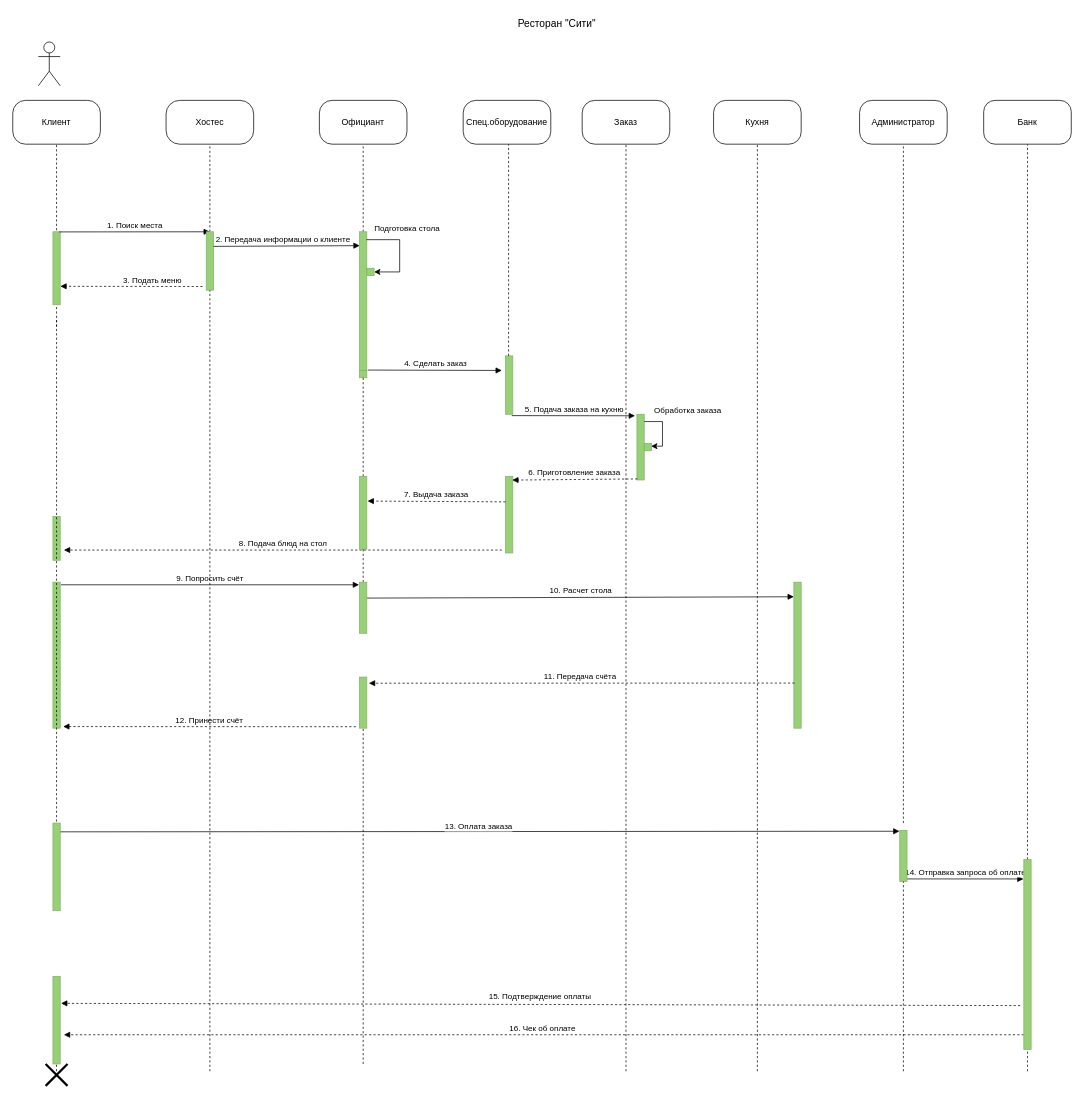
Usik177/Sequence_Diagram keeps this draw.io diagram as restaurant sequence.drawio. Above is the earlier version. Source tidied: cells renumbered, new cells numbered last; positions are measured from the earlier drawing's top-left corner, leaving out a move shared by most shapes. Both pictures are drawn from the tidied source at 73%, with x=0, y=0 at pixel (12, 12).
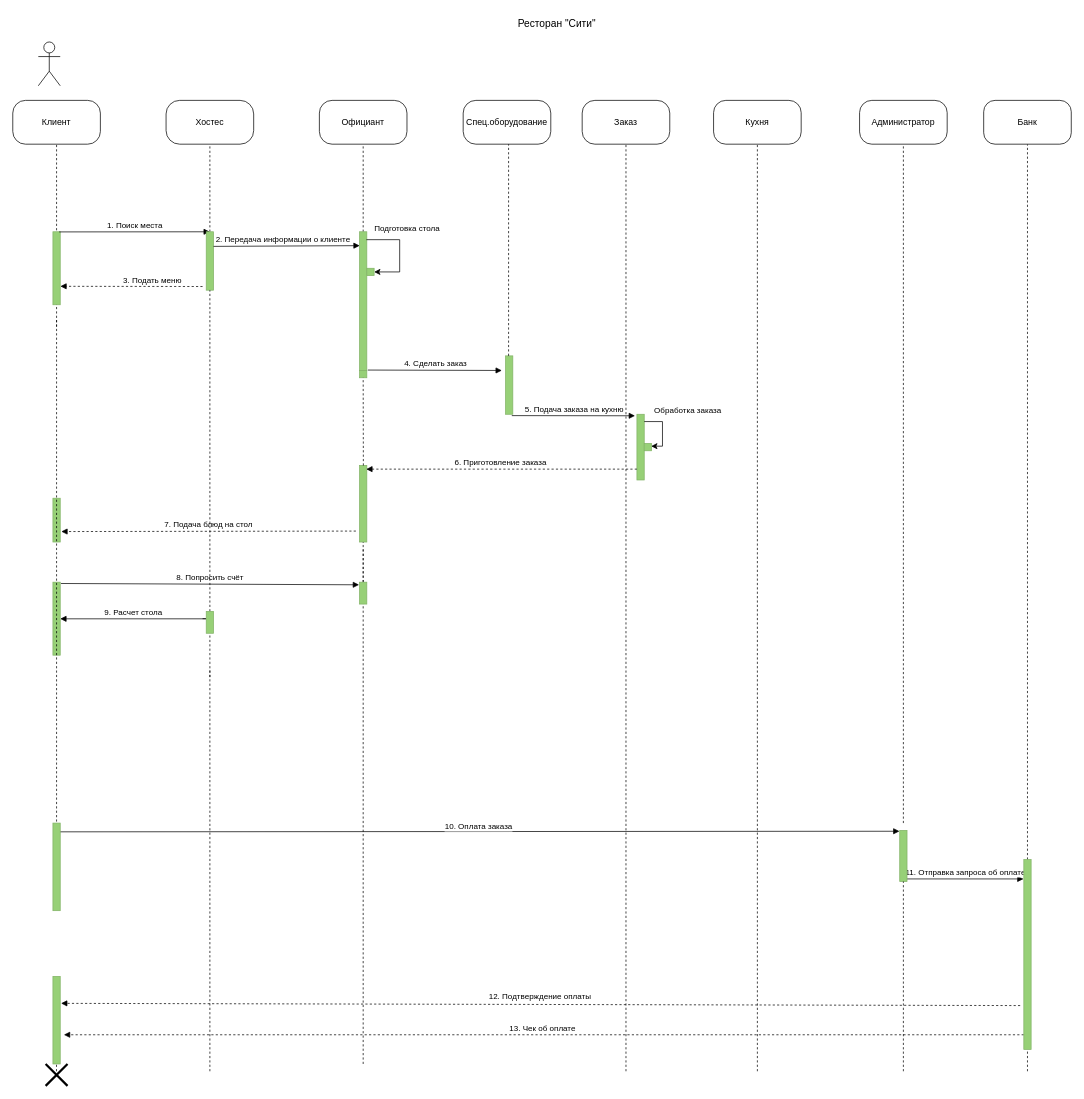
The same diagram, later.

The change refers to these unchanged cells:
```xml
<mxCell id="20" style="html=1;points=[];perimeter=orthogonalPerimeter;strokeColor=#82B366;fillColor=#97D077;" parent="1" vertex="1">
  <mxGeometry x="855" y="550" width="10" height="90" as="geometry" />
</mxCell>
<mxCell id="33" style="html=1;points=[];perimeter=orthogonalPerimeter;strokeColor=#82B366;fillColor=#97D077;" parent="1" vertex="1">
  <mxGeometry x="1215" y="1120" width="10" height="70" as="geometry" />
</mxCell>
<mxCell id="37" style="html=1;points=[];perimeter=orthogonalPerimeter;fillColor=#97D077;strokeColor=#82B366;" parent="1" vertex="1">
  <mxGeometry x="265" y="300" width="10" height="80" as="geometry" />
</mxCell>
<mxCell id="51" style="html=1;points=[];perimeter=orthogonalPerimeter;strokeColor=#82B366;fillColor=#97D077;" parent="1" vertex="1">
  <mxGeometry x="475" y="490" width="10" height="10" as="geometry" />
</mxCell>
<mxCell id="63" style="html=1;points=[];perimeter=orthogonalPerimeter;strokeColor=#82B366;fillColor=#97D077;" parent="1" vertex="1">
  <mxGeometry x="55" y="1320" width="10" height="120" as="geometry" />
</mxCell>
<mxCell id="67" style="html=1;points=[];perimeter=orthogonalPerimeter;strokeColor=#82B366;fillColor=#97D077;" parent="1" vertex="1">
  <mxGeometry x="1385" y="1160" width="10" height="260" as="geometry" />
</mxCell>
```

Diff of the diagram source:
```diff
@@
     <mxCell id="22" style="html=1;points=[];perimeter=orthogonalPerimeter;strokeColor=#82B366;fillColor=#97D077;" parent="1" vertex="1">
-      <mxGeometry x="675" y="635" width="10" height="105" as="geometry" />
+      <mxGeometry x="475" y="620" width="10" height="105" as="geometry" />
     </mxCell>
-    <mxCell id="23" value="6. Приготовление заказа" style="html=1;verticalAlign=bottom;endArrow=block;rounded=0;exitX=0.06;exitY=0.984;exitDx=0;exitDy=0;exitPerimeter=0;entryX=0.917;entryY=0.049;entryDx=0;entryDy=0;entryPerimeter=0;dashed=1;" parent="1" edge="1" source="20" target="22">
+    <mxCell id="23" value="6. Приготовление заказа" style="html=1;verticalAlign=bottom;endArrow=block;rounded=0;entryX=0.917;entryY=0.049;entryDx=0;entryDy=0;entryPerimeter=0;dashed=1;" parent="1" edge="1" source="20" target="22">
       <mxGeometry x="0.01" relative="1" as="geometry" />
     </mxCell>
-    <mxCell id="24" value="8. Подача блюд на стол" style="html=1;verticalAlign=bottom;endArrow=block;rounded=0;dashed=1;" parent="1" edge="1">
+    <mxCell id="24" value="7. Подача блюд на стол" style="html=1;verticalAlign=bottom;endArrow=block;rounded=0;dashed=1;entryX=1.146;entryY=0.761;entryDx=0;entryDy=0;entryPerimeter=0;" parent="1" edge="1" target="58">
       <mxGeometry relative="1" as="geometry">
-        <mxPoint x="670" y="736" as="sourcePoint" />
-        <mxPoint x="70" y="736" as="targetPoint" />
+        <mxPoint x="470" y="710" as="sourcePoint" />
       </mxGeometry>
     </mxCell>
     <mxCell id="25" style="html=1;points=[];perimeter=orthogonalPerimeter;strokeColor=#82B366;fillColor=#97D077;" parent="1" vertex="1">
-      <mxGeometry x="55" y="780" width="10" height="200" as="geometry" />
+      <mxGeometry x="55" y="780" width="10" height="100" as="geometry" />
     </mxCell>
-    <mxCell id="26" value="9. Попросить счёт" style="html=1;verticalAlign=bottom;endArrow=block;rounded=0;entryX=-0.06;entryY=0.018;entryDx=0;entryDy=0;entryPerimeter=0;exitX=1.1;exitY=0.018;exitDx=0;exitDy=0;exitPerimeter=0;" parent="1" edge="1" source="25">
+    <mxCell id="26" value="8. Попросить счёт" style="html=1;verticalAlign=bottom;endArrow=block;rounded=0;entryX=-0.06;entryY=0.018;entryDx=0;entryDy=0;entryPerimeter=0;exitX=1.1;exitY=0.018;exitDx=0;exitDy=0;exitPerimeter=0;" parent="1" edge="1" source="25">
       <mxGeometry relative="1" as="geometry">
         <mxPoint x="474.4" y="783.6" as="targetPoint" />
       </mxGeometry>
     </mxCell>
-    <mxCell id="27" style="html=1;points=[];perimeter=orthogonalPerimeter;strokeColor=#82B366;fillColor=#97D077;" parent="1" vertex="1">
-      <mxGeometry x="1070" y="780" width="10" height="200" as="geometry" />
-    </mxCell>
-    <mxCell id="28" value="12. Принести счёт" style="html=1;verticalAlign=bottom;endArrow=block;rounded=0;entryX=1.4;entryY=0.989;entryDx=0;entryDy=0;entryPerimeter=0;dashed=1;" parent="1" edge="1" target="25">
-      <mxGeometry relative="1" as="geometry">
-        <mxPoint x="470" y="978" as="sourcePoint" />
-      </mxGeometry>
-    </mxCell>
@@
-    <mxCell id="30" value="13. Оплата заказа" style="html=1;verticalAlign=bottom;endArrow=block;rounded=0;entryX=-0.033;entryY=0.017;entryDx=0;entryDy=0;entryPerimeter=0;exitX=0.8;exitY=0.007;exitDx=0;exitDy=0;exitPerimeter=0;" parent="1" edge="1" target="33">
+    <mxCell id="30" value="10. Оплата заказа" style="html=1;verticalAlign=bottom;endArrow=block;rounded=0;entryX=-0.033;entryY=0.017;entryDx=0;entryDy=0;entryPerimeter=0;exitX=0.8;exitY=0.007;exitDx=0;exitDy=0;exitPerimeter=0;" parent="1" edge="1" target="33">
       <mxGeometry y="-2" relative="1" as="geometry">
         <mxPoint x="63" y="1122" as="sourcePoint" />
         <mxPoint x="-1" as="offset" />
       </mxGeometry>
     </mxCell>
-    <mxCell id="31" value="14. Отправка запроса об оплате" style="html=1;verticalAlign=bottom;endArrow=block;rounded=0;entryX=-0.04;entryY=0.102;entryDx=0;entryDy=0;entryPerimeter=0;" parent="1" edge="1" source="33" target="67">
+    <mxCell id="31" value="11. Отправка запроса об оплате" style="html=1;verticalAlign=bottom;endArrow=block;rounded=0;entryX=-0.04;entryY=0.102;entryDx=0;entryDy=0;entryPerimeter=0;" parent="1" edge="1" source="33" target="67">
       <mxGeometry relative="1" as="geometry" />
     </mxCell>
-    <mxCell id="32" value="15. Подтверждение оплаты" style="html=1;verticalAlign=bottom;endArrow=block;rounded=0;entryX=1.114;entryY=0.308;entryDx=0;entryDy=0;entryPerimeter=0;dashed=1;" parent="1" edge="1" target="63">
+    <mxCell id="32" value="12. Подтверждение оплаты" style="html=1;verticalAlign=bottom;endArrow=block;rounded=0;entryX=1.114;entryY=0.308;entryDx=0;entryDy=0;entryPerimeter=0;dashed=1;" parent="1" edge="1" target="63">
       <mxGeometry y="-2" relative="1" as="geometry">
         <mxPoint x="1380" y="1360" as="sourcePoint" />
         <mxPoint x="-1" as="offset" />
       </mxGeometry>
     </mxCell>
@@
-    <mxCell id="36" value="16. Чек об оплате&amp;nbsp;" style="html=1;verticalAlign=bottom;endArrow=block;rounded=0;dashed=1;" parent="1" edge="1" source="67">
+    <mxCell id="36" value="13. Чек об оплате&amp;nbsp;" style="html=1;verticalAlign=bottom;endArrow=block;rounded=0;dashed=1;" parent="1" edge="1" source="67">
       <mxGeometry y="1" relative="1" as="geometry">
         <mxPoint x="70" y="1400" as="targetPoint" />
       </mxGeometry>
     </mxCell>
@@
-    <mxCell id="38" style="endArrow=none;dashed=1;html=1;rounded=0;fontSize=14;entryX=0.5;entryY=1;entryDx=0;entryDy=0;" parent="1" edge="1" target="37">
-      <mxGeometry relative="1" as="geometry">
-        <mxPoint x="270" y="1450" as="sourcePoint" />
-      </mxGeometry>
+    <mxCell id="38" style="endArrow=none;dashed=1;html=1;rounded=0;fontSize=14;entryX=0.5;entryY=1;entryDx=0;entryDy=0;startArrow=none;" parent="1" edge="1" source="71" target="37">
+      <mxGeometry relative="1" as="geometry" />
     </mxCell>
@@
-    <mxCell id="41" style="endArrow=none;dashed=1;html=1;rounded=0;fontSize=14;entryX=0.5;entryY=1;entryDx=0;entryDy=0;" parent="1" edge="1">
+    <mxCell id="41" style="endArrow=none;dashed=1;html=1;rounded=0;fontSize=14;" parent="1" edge="1" target="22">
       <mxGeometry relative="1" as="geometry">
         <mxPoint x="480" y="1440" as="sourcePoint" />
-        <mxPoint x="480" y="980" as="targetPoint" />
       </mxGeometry>
     </mxCell>
-    <mxCell id="42" value="10. Расчет стола" style="html=1;verticalAlign=bottom;endArrow=block;rounded=0;entryX=0;entryY=0.1;entryDx=0;entryDy=0;entryPerimeter=0;exitX=1.1;exitY=0.018;exitDx=0;exitDy=0;exitPerimeter=0;" parent="1" edge="1" target="27">
+    <mxCell id="42" value="9. Расчет стола" style="html=1;verticalAlign=bottom;endArrow=block;rounded=0;startArrow=none;" parent="1" edge="1" source="71">
       <mxGeometry relative="1" as="geometry">
-        <mxPoint x="485" y="801.8" as="sourcePoint" />
+        <mxPoint x="65" y="830.2" as="targetPoint" />
       </mxGeometry>
     </mxCell>
-    <mxCell id="43" value="11. Передача счёта" style="html=1;verticalAlign=bottom;endArrow=block;rounded=0;exitX=0.083;exitY=0.691;exitDx=0;exitDy=0;exitPerimeter=0;dashed=1;entryX=1.278;entryY=0.12;entryDx=0;entryDy=0;entryPerimeter=0;" parent="1" edge="1" source="27" target="57">
-      <mxGeometry x="0.01" relative="1" as="geometry" />
-    </mxCell>
@@
-    <mxCell id="52" style="endArrow=none;dashed=1;html=1;rounded=0;fontSize=14;entryX=0.5;entryY=1;entryDx=0;entryDy=0;startArrow=none;" parent="1" edge="1" source="53" target="51">
+    <mxCell id="52" style="endArrow=none;dashed=1;html=1;rounded=0;fontSize=14;entryX=0.5;entryY=1;entryDx=0;entryDy=0;startArrow=none;exitX=0.526;exitY=0.002;exitDx=0;exitDy=0;exitPerimeter=0;" parent="1" edge="1" source="22" target="51">
       <mxGeometry relative="1" as="geometry" />
     </mxCell>
-    <mxCell id="53" style="html=1;points=[];perimeter=orthogonalPerimeter;strokeColor=#82B366;fillColor=#97D077;" parent="1" vertex="1">
-      <mxGeometry x="475" y="635" width="10" height="100" as="geometry" />
-    </mxCell>
-    <mxCell id="54" style="endArrow=none;dashed=1;html=1;rounded=0;fontSize=14;entryX=0.5;entryY=1;entryDx=0;entryDy=0;startArrow=none;" parent="1" edge="1" target="53">
+    <mxCell id="54" style="endArrow=none;dashed=1;html=1;rounded=0;fontSize=14;entryX=0.5;entryY=1;entryDx=0;entryDy=0;startArrow=none;" parent="1" edge="1">
       <mxGeometry relative="1" as="geometry">
         <mxPoint x="480" y="780" as="sourcePoint" />
+        <mxPoint x="480" y="735" as="targetPoint" />
       </mxGeometry>
     </mxCell>
-    <mxCell id="55" value="7. Выдача заказа" style="html=1;verticalAlign=bottom;endArrow=block;rounded=0;exitX=0.06;exitY=0.984;exitDx=0;exitDy=0;exitPerimeter=0;entryX=1.104;entryY=0.339;entryDx=0;entryDy=0;entryPerimeter=0;dashed=1;" parent="1" edge="1" target="53">
-      <mxGeometry x="0.01" relative="1" as="geometry">
-        <mxPoint x="675" y="670" as="sourcePoint" />
-      </mxGeometry>
-    </mxCell>
     <mxCell id="56" style="html=1;perimeter=orthogonalPerimeter;strokeColor=#82B366;fillColor=#97D077;" parent="1" vertex="1">
-      <mxGeometry x="475" y="780" width="10" height="70" as="geometry" />
+      <mxGeometry x="475" y="780" width="10" height="30" as="geometry" />
     </mxCell>
-    <mxCell id="57" style="html=1;points=[];perimeter=orthogonalPerimeter;strokeColor=#82B366;fillColor=#97D077;" parent="1" vertex="1">
-      <mxGeometry x="475" y="910" width="10" height="70" as="geometry" />
-    </mxCell>
     <mxCell id="58" style="html=1;points=[];perimeter=orthogonalPerimeter;strokeColor=#82B366;gradientColor=none;fillColor=#97D077;" parent="1" vertex="1">
-      <mxGeometry x="55" y="690" width="10" height="60" as="geometry" />
+      <mxGeometry x="55" y="665" width="10" height="60" as="geometry" />
     </mxCell>
@@
+    <mxCell id="69" style="endArrow=none;dashed=1;html=1;rounded=0;fontSize=14;" parent="1" edge="1">
+      <mxGeometry relative="1" as="geometry">
+        <mxPoint x="270" y="1450" as="sourcePoint" />
+        <mxPoint x="270" y="900" as="targetPoint" />
+      </mxGeometry>
+    </mxCell>
+    <mxCell id="70" style="html=1;verticalAlign=bottom;endArrow=none;rounded=0;" parent="1" edge="1" target="71">
+      <mxGeometry relative="1" as="geometry">
+        <mxPoint x="260" y="830" as="sourcePoint" />
+      </mxGeometry>
+    </mxCell>
+    <mxCell id="71" style="html=1;points=[];perimeter=orthogonalPerimeter;strokeColor=#82B366;fillColor=#97D077;" parent="1" vertex="1">
+      <mxGeometry x="265" y="820" width="10" height="30" as="geometry" />
+    </mxCell>
+    <mxCell id="72" style="endArrow=none;dashed=1;html=1;rounded=0;fontSize=14;entryX=0.5;entryY=1;entryDx=0;entryDy=0;startArrow=none;" parent="1" edge="1" target="71">
+      <mxGeometry relative="1" as="geometry">
+        <mxPoint x="270" y="910" as="sourcePoint" />
+      </mxGeometry>
+    </mxCell>
```
